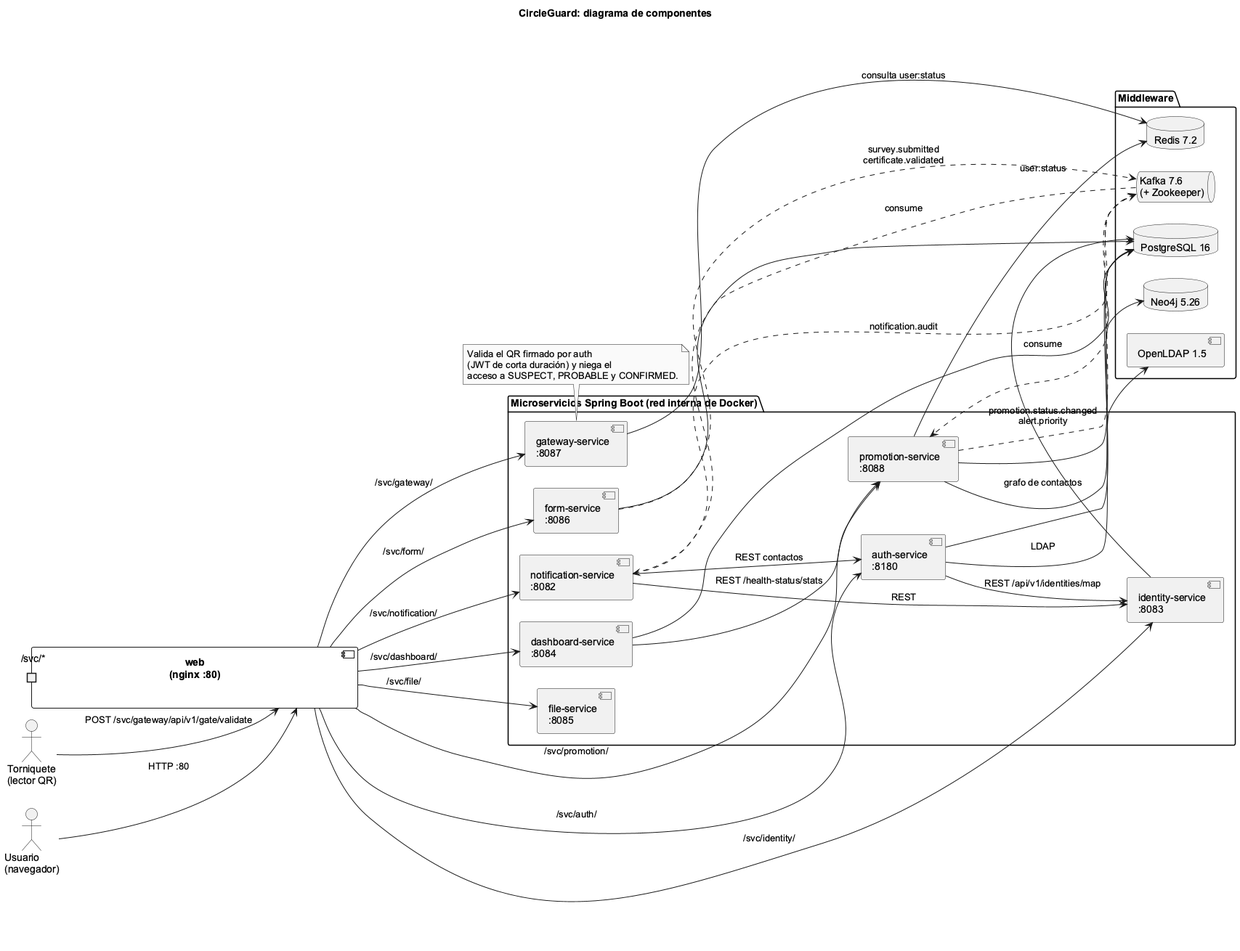
Above: docs/arquitectura/uml/componentes.png in ingesoft5/circle-guard-finalproject-A00395967-A00400880-A00401286 (PlantUML), before the change.
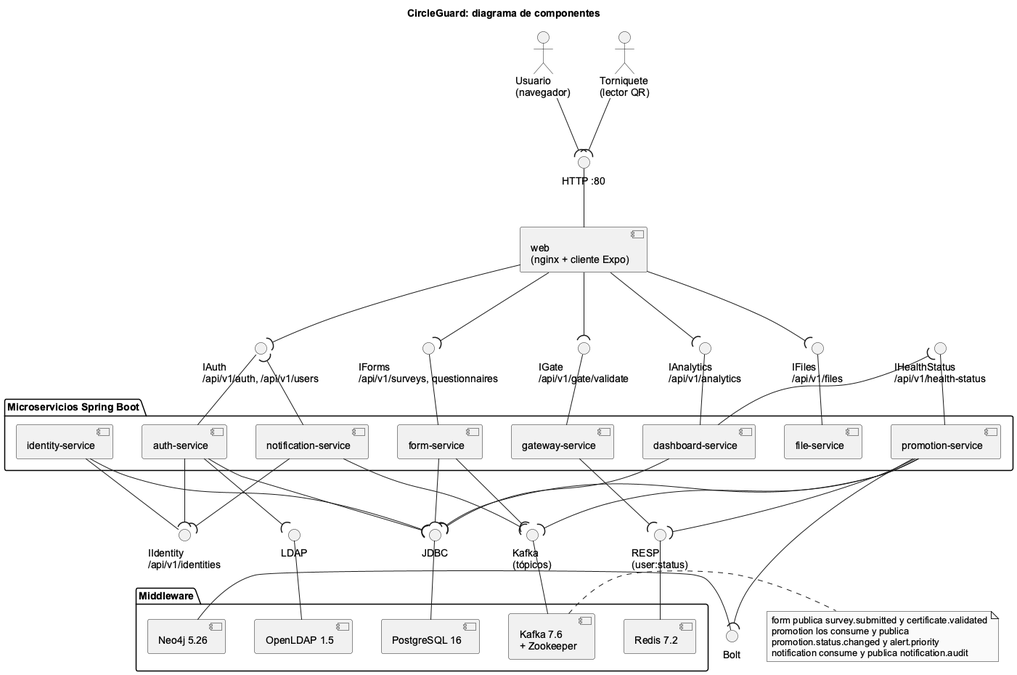
After the change.

Commit message:
docs(arch): show provided and required interfaces in the UML component and deployment diagrams

What changed in the source:
```diff
@@ -3,72 +3,93 @@
 skinparam shadowing false
 skinparam defaultFontName Arial
 skinparam componentStyle uml2
-left to right direction
-skinparam nodesep 30
-skinparam ranksep 70
+skinparam nodesep 40
+skinparam ranksep 60
 title CircleGuard: diagrama de componentes
 
 actor "Usuario\n(navegador)" as user
 actor "Torniquete\n(lector QR)" as turnstile
 
-component "web\n(nginx :80)" as web {
-  portin " /svc/*" as svc
+() "HTTP :80" as IHttp
+component "web\n(nginx + cliente Expo)" as web
+IHttp -- web
+user --( IHttp
+turnstile --( IHttp
+
+package "Microservicios Spring Boot" {
+  component "auth-service" as auth
+  component "identity-service" as identity
+  component "form-service" as form
+  component "promotion-service" as promotion
+  component "gateway-service" as gateway
+  component "notification-service" as notification
+  component "dashboard-service" as dashboard
+  component "file-service" as file
 }
 
-package "Microservicios Spring Boot (red interna de Docker)" {
-  component "auth-service\n:8180" as auth
-  component "identity-service\n:8083" as identity
-  component "form-service\n:8086" as form
-  component "promotion-service\n:8088" as promotion
-  component "gateway-service\n:8087" as gateway
-  component "notification-service\n:8082" as notification
-  component "dashboard-service\n:8084" as dashboard
-  component "file-service\n:8085" as file
-}
+() "IAuth\n/api/v1/auth, /api/v1/users" as IAuth
+() "IIdentity\n/api/v1/identities" as IIdentity
+() "IForms\n/api/v1/surveys, questionnaires" as IForms
+() "IHealthStatus\n/api/v1/health-status" as IHealth
+() "IGate\n/api/v1/gate/validate" as IGate
+() "IAnalytics\n/api/v1/analytics" as IAnalytics
+() "IFiles\n/api/v1/files" as IFiles
+
+IAuth -- auth
+IIdentity -- identity
+IForms -- form
+IHealth -- promotion
+IGate -- gateway
+IAnalytics -- dashboard
+IFiles -- file
+
+web --( IAuth
+web --( IForms
+web --( IGate
+web --( IAnalytics
+web --( IFiles
+
+auth --( IIdentity
+notification --( IAuth
+notification --( IIdentity
+dashboard --( IHealth
 
 package "Middleware" {
-  database "PostgreSQL 16" as pg
-  database "Neo4j 5.26" as neo4j
-  database "Redis 7.2" as redis
-  queue "Kafka 7.6\n(+ Zookeeper)" as kafka
+  component "PostgreSQL 16" as pg
+  component "Neo4j 5.26" as neo4j
+  component "Redis 7.2" as redis
+  component "Kafka 7.6\n+ Zookeeper" as kafka
   component "OpenLDAP 1.5" as ldap
 }
 
-user --> web : HTTP :80
-turnstile --> web : POST /svc/gateway/api/v1/gate/validate
+() "JDBC" as IJdbc
+() "Bolt" as IBolt
+() "RESP\n(user:status)" as IResp
+() "Kafka\n(tópicos)" as IKafka
+() "LDAP" as ILdap
+IJdbc -- pg
+neo4j - IBolt
+IResp -- redis
+IKafka -- kafka
+ILdap -- ldap
 
-web --> auth : /svc/auth/
-web --> identity : /svc/identity/
-web --> form : /svc/form/
-web --> promotion : /svc/promotion/
-web --> gateway : /svc/gateway/
-web --> notification : /svc/notification/
-web --> dashboard : /svc/dashboard/
-web --> file : /svc/file/
+auth --( IJdbc
+auth --( ILdap
+identity --( IJdbc
+form --( IJdbc
+promotion --( IJdbc
+dashboard --( IJdbc
+promotion --( IBolt
+promotion --( IResp
+gateway --( IResp
+form --( IKafka
+promotion --( IKafka
+notification --( IKafka
 
-auth --> identity : REST /api/v1/identities/map
-auth --> ldap : LDAP
-auth --> pg
-identity --> pg
-form --> pg
-promotion --> pg
-promotion --> neo4j : grafo de contactos
-promotion --> redis : user:status
-gateway --> redis : consulta user:status
-dashboard --> promotion : REST /health-status/stats
-dashboard --> pg
-notification --> auth : REST contactos
-notification --> identity : REST
-
-form ..> kafka : survey.submitted\ncertificate.validated
-kafka ..> promotion : consume
-promotion ..> kafka : promotion.status.changed\nalert.priority
-kafka ..> notification : consume
-notification ..> kafka : notification.audit
-
-note bottom of gateway
-  Valida el QR firmado por auth
-  (JWT de corta duración) y niega el
-  acceso a SUSPECT, PROBABLE y CONFIRMED.
+note right of kafka
+  form publica survey.submitted y certificate.validated
+  promotion los consume y publica
+  promotion.status.changed y alert.priority
+  notification consume y publica notification.audit
 end note
 @enduml
```
